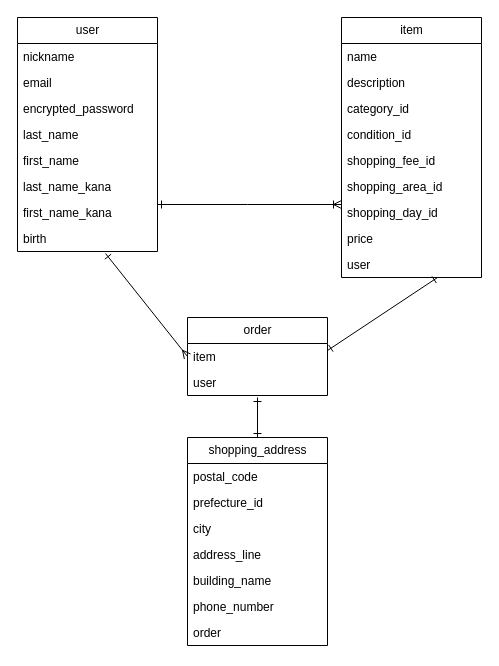
Before: Furima.dio in osuzu29/furima-41675, a draw.io diagram. Source tidied: cells renumbered, new cells numbered last; positions are measured from the earlier drawing's top-left corner, leaving out a move shared by most shapes. Both pictures are drawn from the tidied source at 100%, with x=0, y=0 at pixel (17, 17).
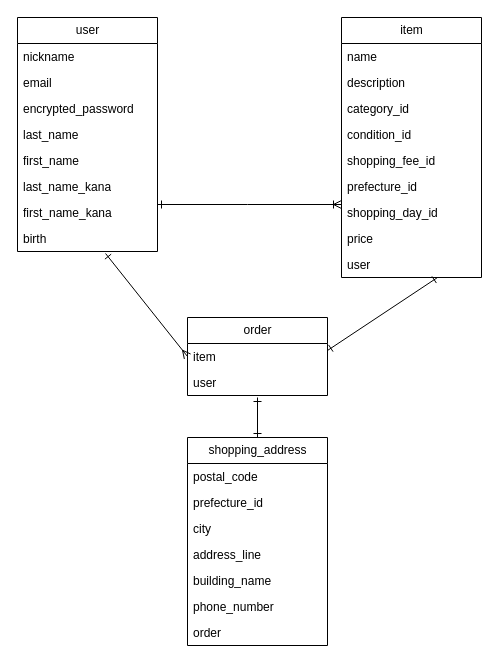
The same page after the edit.

Unchanged cells that the change refers to:
```xml
<mxCell id="2" value="item" style="swimlane;fontStyle=0;horizontal=1;startSize=26;fillColor=none;html=1;rounded=0;" parent="1" vertex="1">
  <mxGeometry x="324" width="140" height="260" as="geometry" />
</mxCell>
```

Change to the diagram source:
```diff
@@
-    <mxCell id="8" value="shopping_area_id" style="text;strokeColor=none;fillColor=none;align=left;verticalAlign=top;spacingLeft=4;spacingRight=4;overflow=hidden;whiteSpace=wrap;html=1;rounded=0;" parent="2" vertex="1">
-      <mxGeometry y="156" width="140" height="26" as="geometry" />
-    </mxCell>
+    <mxCell id="36" value="prefecture_id" style="text;strokeColor=none;fillColor=none;align=left;verticalAlign=top;spacingLeft=4;spacingRight=4;overflow=hidden;whiteSpace=wrap;html=1;rounded=0;" parent="2" vertex="1">
+      <mxGeometry y="156" width="140" height="26" as="geometry" />
+    </mxCell>
```
